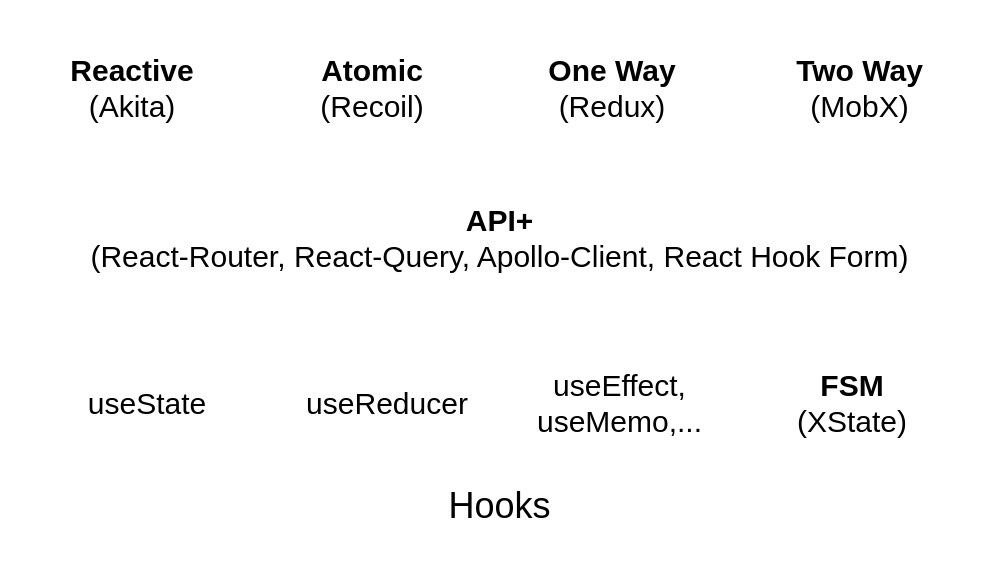
jherr/which-react-state-manager keeps this draw.io diagram as page "figure9" (2 of 12) of diagrams.dio. Above is the earlier version. Source tidied: cells renumbered, new cells numbered last; positions are measured from the earlier drawing's top-left corner, leaving out a move shared by most shapes. Both pictures are drawn from the tidied source at 150%, with x=0, y=0 at pixel (27, 27).
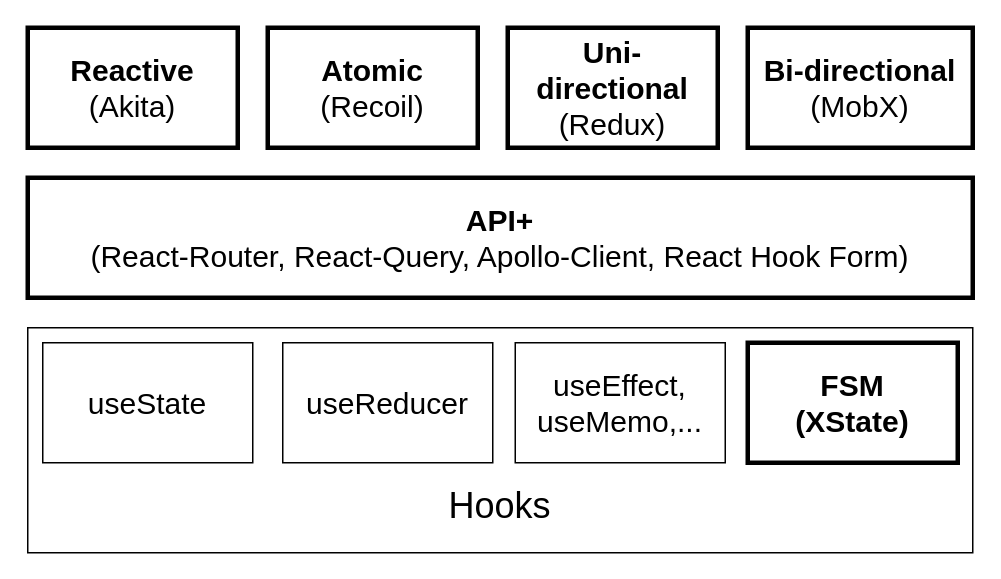
The same page after the edit.

Diff of the diagram source:
```diff
@@
 <mxGraphModel>
   <root>
     <mxCell id="0" />
     <mxCell id="1" parent="0" />
-    <mxCell id="2" value="Hooks" style="rounded=0;whiteSpace=wrap;html=1;verticalAlign=bottom;spacingBottom=14;fontSize=24;strokeColor=#FFFFFF;" parent="1" vertex="1">
+    <mxCell id="2" value="Hooks" style="rounded=0;whiteSpace=wrap;html=1;verticalAlign=bottom;spacingBottom=14;fontSize=24;" parent="1" vertex="1">
       <mxGeometry y="200" width="630" height="150" as="geometry" />
     </mxCell>
-    <mxCell id="3" value="useState" style="rounded=0;whiteSpace=wrap;html=1;fontSize=20;verticalAlign=middle;strokeColor=#FFFFFF;" parent="1" vertex="1">
+    <mxCell id="3" value="useState" style="rounded=0;whiteSpace=wrap;html=1;fontSize=20;verticalAlign=middle;" parent="1" vertex="1">
       <mxGeometry x="10" y="210" width="140" height="80" as="geometry" />
     </mxCell>
-    <mxCell id="4" value="useReducer" style="rounded=0;whiteSpace=wrap;html=1;fontSize=20;verticalAlign=middle;strokeColor=#FFFFFF;" parent="1" vertex="1">
+    <mxCell id="4" value="useReducer" style="rounded=0;whiteSpace=wrap;html=1;fontSize=20;verticalAlign=middle;" parent="1" vertex="1">
       <mxGeometry x="170" y="210" width="140" height="80" as="geometry" />
     </mxCell>
-    <mxCell id="5" value="useEffect, useMemo,..." style="rounded=0;whiteSpace=wrap;html=1;fontSize=20;verticalAlign=middle;strokeColor=#FFFFFF;" parent="1" vertex="1">
+    <mxCell id="5" value="useEffect, useMemo,..." style="rounded=0;whiteSpace=wrap;html=1;fontSize=20;verticalAlign=middle;" parent="1" vertex="1">
       <mxGeometry x="325" y="210" width="140" height="80" as="geometry" />
     </mxCell>
-    <mxCell id="6" value="&lt;b&gt;FSM&lt;/b&gt;&lt;br&gt;(XState)" style="rounded=0;whiteSpace=wrap;html=1;fontSize=20;verticalAlign=middle;strokeWidth=3;strokeColor=#FFFFFF;" parent="1" vertex="1">
+    <mxCell id="6" value="&lt;span&gt;FSM&lt;/span&gt;&lt;br&gt;(XState)" style="rounded=0;whiteSpace=wrap;html=1;fontSize=20;verticalAlign=middle;strokeWidth=3;fontStyle=1;" parent="1" vertex="1">
       <mxGeometry x="480" y="210" width="140" height="80" as="geometry" />
     </mxCell>
-    <mxCell id="7" value="&lt;b&gt;API+&lt;/b&gt;&lt;br&gt;(React-Router, React-Query, Apollo-Client, React Hook Form)" style="rounded=0;whiteSpace=wrap;html=1;fontSize=20;verticalAlign=middle;strokeWidth=3;strokeColor=#FFFFFF;" parent="1" vertex="1">
+    <mxCell id="7" value="&lt;b&gt;API+&lt;/b&gt;&lt;br&gt;(React-Router, React-Query, Apollo-Client, React Hook Form)" style="rounded=0;whiteSpace=wrap;html=1;fontSize=20;verticalAlign=middle;strokeWidth=3;" parent="1" vertex="1">
       <mxGeometry y="100" width="630" height="80" as="geometry" />
     </mxCell>
-    <mxCell id="8" value="&lt;b&gt;Reactive&lt;/b&gt;&lt;br&gt;(Akita)" style="rounded=0;whiteSpace=wrap;html=1;fontSize=20;verticalAlign=middle;strokeWidth=3;strokeColor=#FFFFFF;" parent="1" vertex="1">
+    <mxCell id="8" value="&lt;b&gt;Reactive&lt;/b&gt;&lt;br&gt;(Akita)" style="rounded=0;whiteSpace=wrap;html=1;fontSize=20;verticalAlign=middle;strokeWidth=3;" parent="1" vertex="1">
       <mxGeometry width="140" height="80" as="geometry" />
     </mxCell>
-    <mxCell id="9" value="&lt;b&gt;Atomic&lt;/b&gt;&lt;br&gt;(Recoil)" style="rounded=0;whiteSpace=wrap;html=1;fontSize=20;verticalAlign=middle;strokeWidth=3;strokeColor=#FFFFFF;" parent="1" vertex="1">
+    <mxCell id="9" value="&lt;b&gt;Atomic&lt;/b&gt;&lt;br&gt;(Recoil)" style="rounded=0;whiteSpace=wrap;html=1;fontSize=20;verticalAlign=middle;strokeWidth=3;" parent="1" vertex="1">
       <mxGeometry x="160" width="140" height="80" as="geometry" />
     </mxCell>
-    <mxCell id="10" value="&lt;b&gt;One Way&lt;/b&gt;&lt;br&gt;(Redux)" style="rounded=0;whiteSpace=wrap;html=1;fontSize=20;verticalAlign=middle;strokeWidth=3;strokeColor=#FFFFFF;" parent="1" vertex="1">
+    <mxCell id="10" value="&lt;b&gt;Uni-directional&lt;/b&gt;&lt;br&gt;(Redux)" style="rounded=0;whiteSpace=wrap;html=1;fontSize=20;verticalAlign=middle;strokeWidth=3;" parent="1" vertex="1">
       <mxGeometry x="320" width="140" height="80" as="geometry" />
     </mxCell>
-    <mxCell id="11" value="&lt;b&gt;Two Way&lt;/b&gt;&lt;br&gt;(MobX)" style="rounded=0;whiteSpace=wrap;html=1;fontSize=20;verticalAlign=middle;strokeWidth=3;strokeColor=#FFFFFF;" parent="1" vertex="1">
+    <mxCell id="11" value="&lt;b&gt;Bi-directional&lt;/b&gt;&lt;br&gt;(MobX)" style="rounded=0;whiteSpace=wrap;html=1;fontSize=20;verticalAlign=middle;strokeWidth=3;" parent="1" vertex="1">
       <mxGeometry x="480" width="150" height="80" as="geometry" />
     </mxCell>
   </root>
 </mxGraphModel>
```
